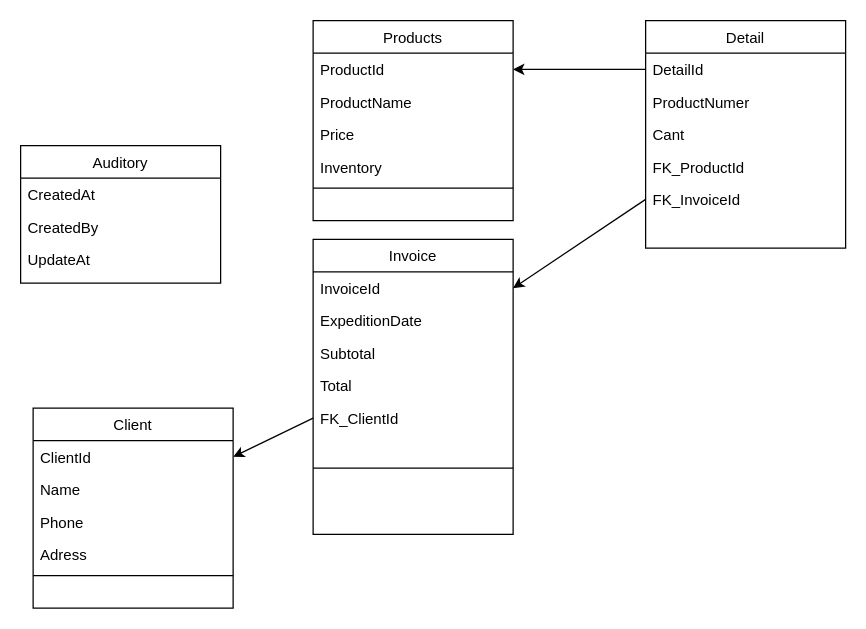
Earlier version of the draw.io diagram MinHacienda/Utils/Diagrama BD.drawio (Wilmilcard/MinHacienda). Source tidied: cells renumbered, new cells numbered last; positions are measured from the earlier drawing's top-left corner, leaving out a move shared by most shapes. Both pictures are drawn from the tidied source at 125%, with x=0, y=0 at pixel (20, 20).
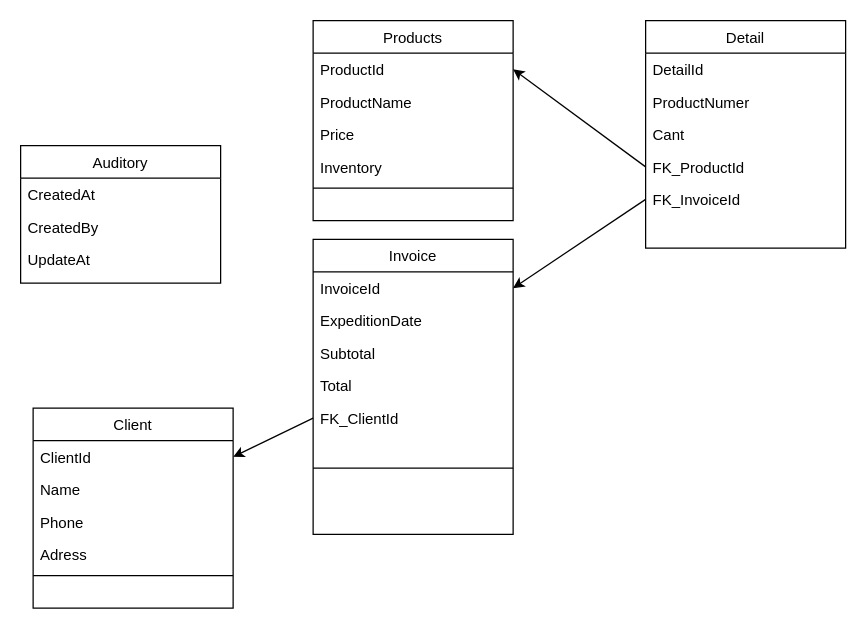
The same page after the edit.

Commit message (it also covers changes not shown here):
ajustes de querys

The change refers to these unchanged cells:
```xml
<mxCell id="3" value="ProductId" style="text;align=left;verticalAlign=top;spacingLeft=4;spacingRight=4;overflow=hidden;points=[[0,0.5],[1,0.5]];portConstraint=eastwest;" parent="2" vertex="1">
  <mxGeometry y="26" width="160" height="26" as="geometry" />
</mxCell>
<mxCell id="16" value="DetailId" style="text;align=left;verticalAlign=top;spacingLeft=4;spacingRight=4;overflow=hidden;points=[[0,0.5],[1,0.5]];portConstraint=eastwest;" parent="15" vertex="1">
  <mxGeometry y="26" width="160" height="26" as="geometry" />
</mxCell>
<mxCell id="19" value="FK_ProductId" style="text;align=left;verticalAlign=top;spacingLeft=4;spacingRight=4;overflow=hidden;points=[[0,0.5],[1,0.5]];portConstraint=eastwest;rounded=0;shadow=0;html=0;" parent="15" vertex="1">
  <mxGeometry y="104" width="160" height="26" as="geometry" />
</mxCell>
```

Diff of the diagram source:
```diff
@@
-    <mxCell id="30" style="endArrow=classic;html=1;rounded=0;entryX=1;entryY=0.5;entryDx=0;entryDy=0;exitX=0;exitY=0.5;exitDx=0;exitDy=0;" parent="1" edge="1" source="16" target="3">
+    <mxCell id="30" style="endArrow=classic;html=1;rounded=0;entryX=1;entryY=0.5;entryDx=0;entryDy=0;exitX=0;exitY=0.5;exitDx=0;exitDy=0;" parent="1" edge="1" source="19" target="3">
       <mxGeometry relative="1" as="geometry" />
     </mxCell>
```
